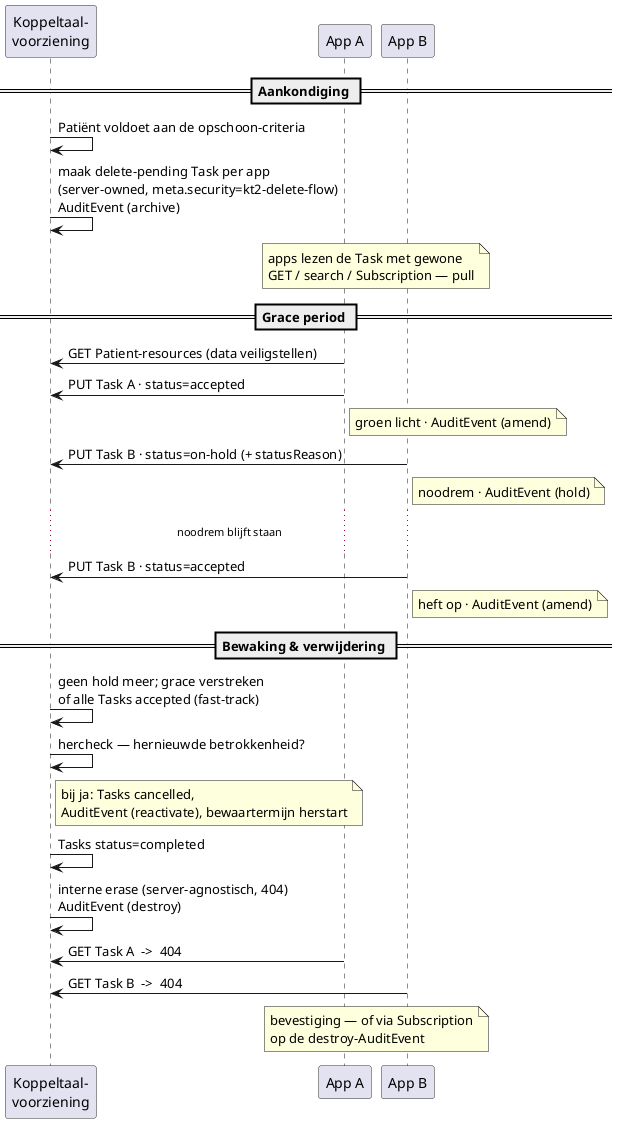
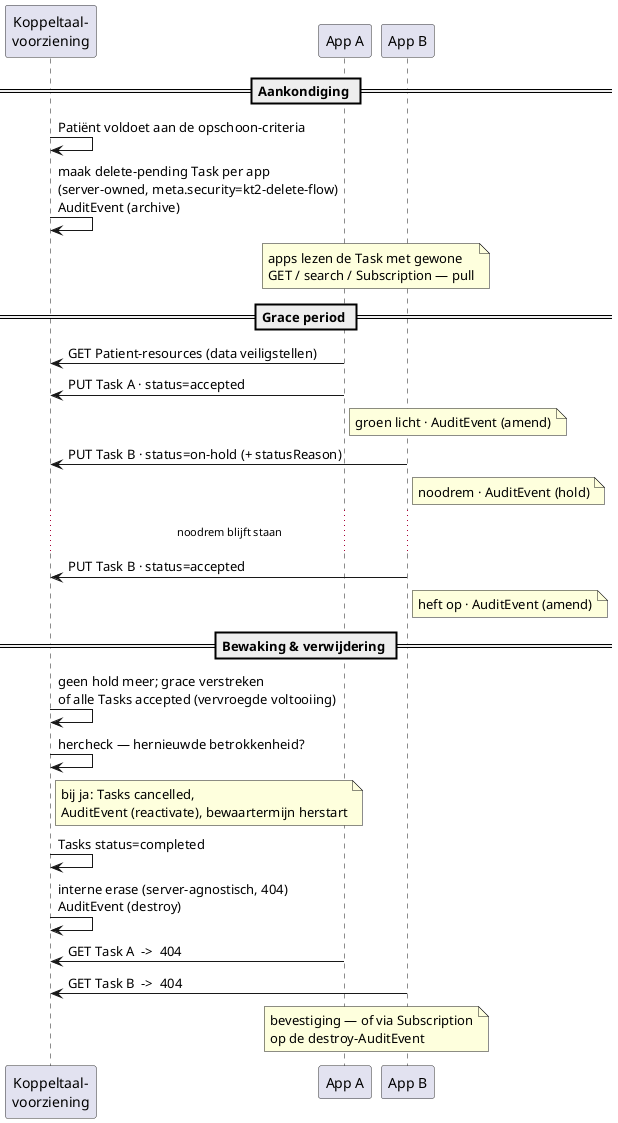
@startuml opschoning-patient-data-interactie

skinparam sequence {
  LifeLineBackgroundColor #f5f5f5
  ParticipantBorderColor #333333
}

participant "Koppeltaal-\nvoorziening" as KT
participant "App A" as A
participant "App B" as B

== Aankondiging ==
KT -> KT : Patiënt voldoet aan de opschoon-criteria
KT -> KT : maak delete-pending Task per app\n(server-owned, meta.security=kt2-delete-flow)\nAuditEvent (archive)
note over A, B : apps lezen de Task met gewone\nGET / search / Subscription — pull

== Grace period ==
A -> KT : GET Patient-resources (data veiligstellen)
A -> KT : PUT Task A · status=accepted
note right of A : groen licht · AuditEvent (amend)
B -> KT : PUT Task B · status=on-hold (+ statusReason)
note right of B : noodrem · AuditEvent (hold)
...noodrem blijft staan...
B -> KT : PUT Task B · status=accepted
note right of B : heft op · AuditEvent (amend)

== Bewaking & verwijdering ==
- KT -> KT : geen hold meer; grace verstreken\nof alle Tasks accepted (fast-track)
+ KT -> KT : geen hold meer; grace verstreken\nof alle Tasks accepted (vervroegde voltooiing)
KT -> KT : hercheck — hernieuwde betrokkenheid?
note right of KT : bij ja: Tasks cancelled,\nAuditEvent (reactivate), bewaartermijn herstart
KT -> KT : Tasks status=completed
KT -> KT : interne erase (server-agnostisch, 404)\nAuditEvent (destroy)
A -> KT : GET Task A  ->  404
B -> KT : GET Task B  ->  404
note over A, B : bevestiging — of via Subscription\nop de destroy-AuditEvent
@enduml
